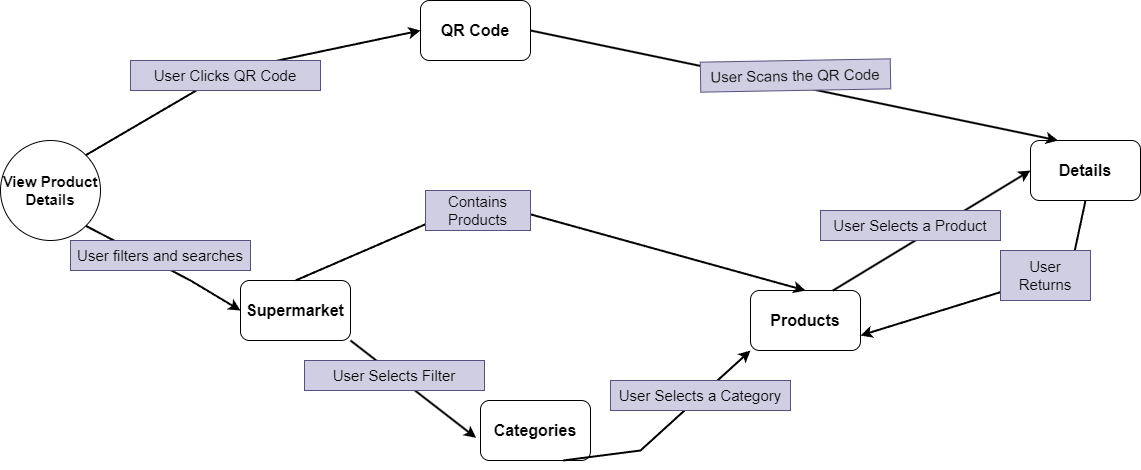
Earlier version of the draw.io export Micro-frontends/Product/StoryDetails.drawio.png (Allezluia/aw-project). Source tidied: cells renumbered, new cells last; positions are measured from the earlier drawing's top-left corner, leaving out a move shared by most shapes.
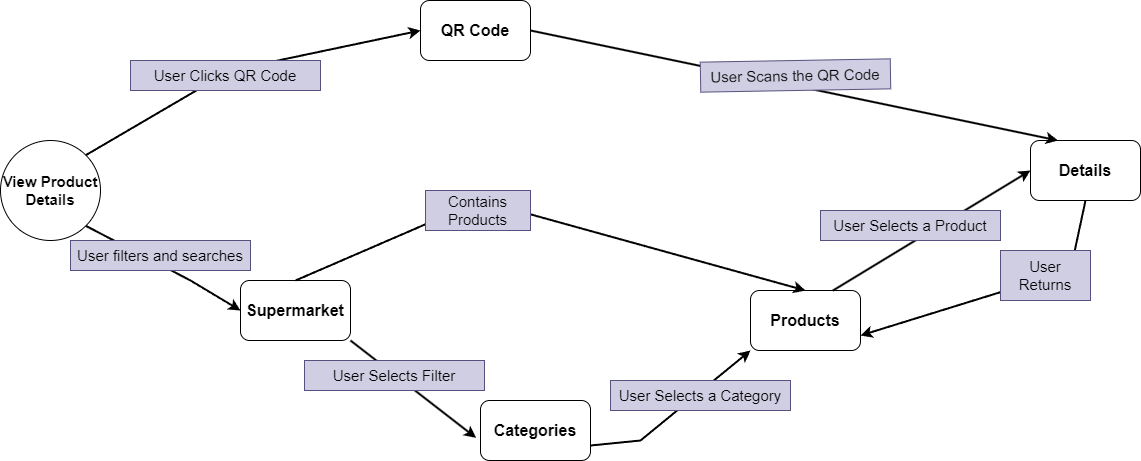
Above is the later version.

Change to the diagram source:
```diff
@@ -53,10 +53,10 @@
         </Array>
       </mxGeometry>
     </mxCell>
-    <mxCell id="15" style="endArrow=classic;html=1;rounded=0;exitX=0.75;exitY=1;exitDx=0;exitDy=0;entryX=0;entryY=1;entryDx=0;entryDy=0;strokeWidth=2;" parent="1" edge="1" source="4" target="5">
+    <mxCell id="15" style="endArrow=classic;html=1;rounded=0;exitX=1;exitY=0.75;exitDx=0;exitDy=0;entryX=0;entryY=1;entryDx=0;entryDy=0;strokeWidth=2;" parent="1" edge="1" source="4" target="5">
       <mxGeometry relative="1" as="geometry">
         <Array as="points">
-          <mxPoint x="640" y="450" />
+          <mxPoint x="640" y="440" />
         </Array>
       </mxGeometry>
     </mxCell>
```
